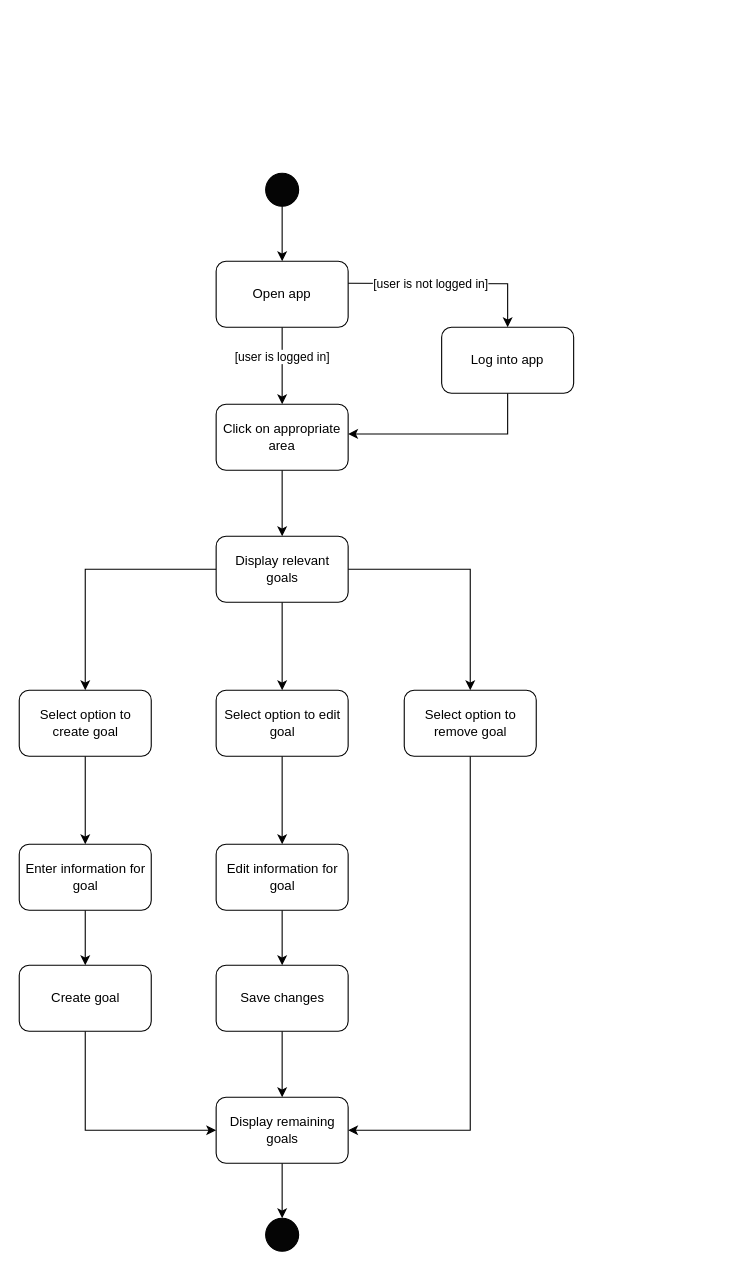
Above: ActivityDiagram_ViewSetGoals.drawio in ahammond3aws/DC2SEN (draw.io), before the change. Source tidied: cells renumbered, new cells numbered last; positions are measured from the earlier drawing's top-left corner, leaving out a move shared by most shapes. Both pictures are drawn from the tidied source at 110%, with x=0, y=0 at pixel (19, 173).
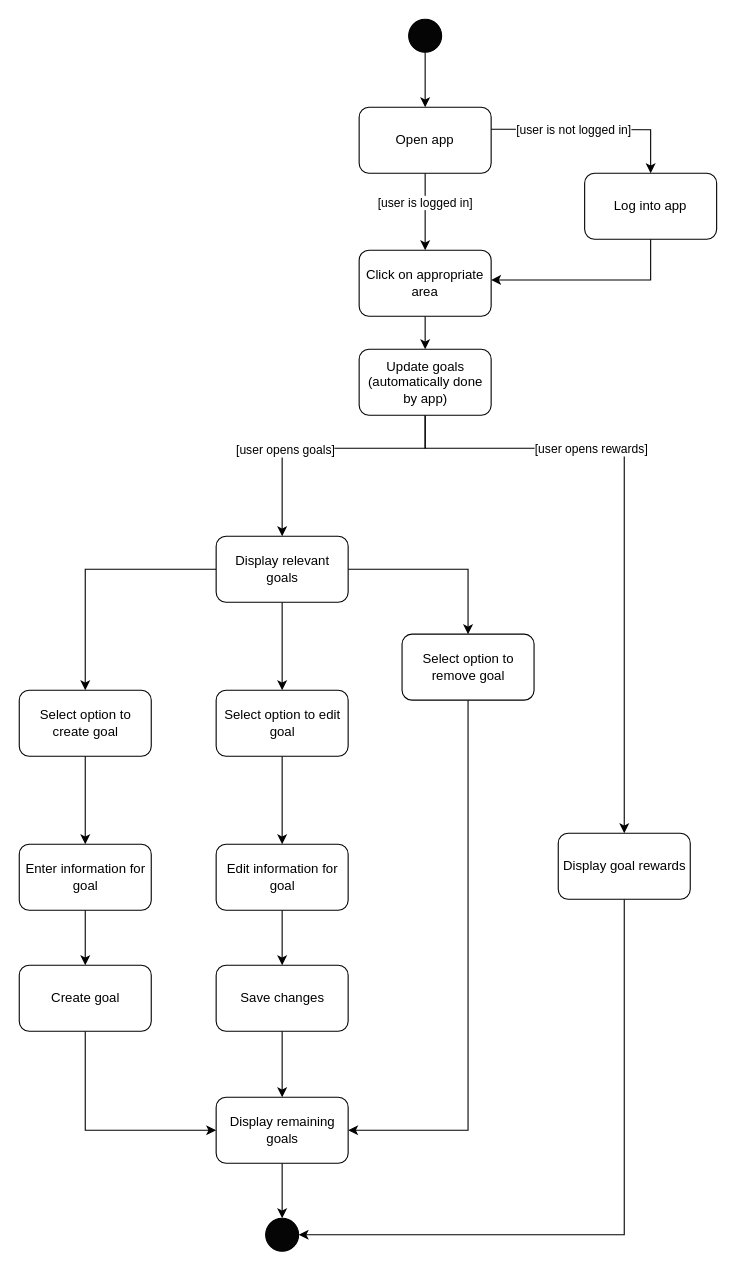
After the change.

The change refers to these unchanged cells:
```xml
<mxCell id="12" value="Display relevant goals" style="rounded=1;whiteSpace=wrap;html=1;fillColor=#FFFFFF;spacingLeft=1;" parent="1" vertex="1">
  <mxGeometry x="179" y="330" width="120" height="60" as="geometry" />
</mxCell>
<mxCell id="13" style="ellipse;whiteSpace=wrap;html=1;direction=east;fillColor=#050505;" parent="1" vertex="1">
  <mxGeometry x="224" y="950" width="30" height="30" as="geometry" />
</mxCell>
<mxCell id="29" value="Display remaining goals" style="rounded=1;whiteSpace=wrap;html=1;fillColor=#FFFFFF;spacingLeft=1;" parent="1" vertex="1">
  <mxGeometry x="179" y="840" width="120" height="60" as="geometry" />
</mxCell>
```

Diff of the diagram source:
```diff
@@
     <mxCell id="3" style="ellipse;whiteSpace=wrap;html=1;direction=east;fillColor=#050505;" parent="1" vertex="1">
-      <mxGeometry x="224" width="30" height="30" as="geometry" />
+      <mxGeometry x="354" y="-140" width="30" height="30" as="geometry" />
     </mxCell>
@@
     <mxCell id="6" value="Open app" style="rounded=1;whiteSpace=wrap;html=1;fillColor=#FFFFFF;" parent="1" vertex="1">
-      <mxGeometry x="179" y="80" width="120" height="60" as="geometry" />
+      <mxGeometry x="309" y="-60" width="120" height="60" as="geometry" />
     </mxCell>
-    <mxCell id="7" style="edgeStyle=orthogonalEdgeStyle;rounded=0;jettySize=auto;html=1;entryX=0.5;entryY=0;entryDx=0;entryDy=0;" parent="1" edge="1" source="8" target="12">
-      <mxGeometry relative="1" as="geometry" />
+    <mxCell id="7" style="edgeStyle=orthogonalEdgeStyle;rounded=0;jettySize=auto;html=1;entryX=0.5;entryY=0;entryDx=0;entryDy=0;exitX=0.5;exitY=1;exitDx=0;exitDy=0;" parent="1" edge="1" source="40" target="12">
+      <mxGeometry relative="1" as="geometry">
+        <Array as="points">
+          <mxPoint x="369" y="250" />
+          <mxPoint x="239" y="250" />
+        </Array>
+      </mxGeometry>
     </mxCell>
+    <mxCell id="34" value="[user opens goals]" style="edgeLabel;html=1;align=center;verticalAlign=middle;" parent="7" vertex="1">
+      <mxGeometry x="0.32" y="1" relative="1" as="geometry" />
+    </mxCell>
+    <mxCell id="35" style="edgeStyle=orthogonalEdgeStyle;rounded=0;jettySize=auto;html=1;exitX=0.5;exitY=1;exitDx=0;exitDy=0;entryX=0.5;entryY=0;entryDx=0;entryDy=0;" parent="1" edge="1" source="40" target="39">
+      <mxGeometry relative="1" as="geometry">
+        <Array as="points">
+          <mxPoint x="369" y="250" />
+          <mxPoint x="550" y="250" />
+          <mxPoint x="550" y="600" />
+        </Array>
+      </mxGeometry>
+    </mxCell>
+    <mxCell id="36" value="[user opens rewards]" style="edgeLabel;html=1;align=center;verticalAlign=middle;" parent="35" vertex="1">
+      <mxGeometry x="-0.43" relative="1" as="geometry">
+        <mxPoint x="20" as="offset" />
+      </mxGeometry>
+    </mxCell>
+    <mxCell id="37" style="edgeStyle=orthogonalEdgeStyle;rounded=0;jettySize=auto;html=1;entryX=0.5;entryY=0;entryDx=0;entryDy=0;" parent="1" edge="1" source="8" target="40">
+      <mxGeometry relative="1" as="geometry" />
+    </mxCell>
     <mxCell id="8" value="Click on appropriate area" style="rounded=1;whiteSpace=wrap;html=1;fillColor=#FFFFFF;" parent="1" vertex="1">
-      <mxGeometry x="179" y="210" width="120" height="60" as="geometry" />
+      <mxGeometry x="309" y="70" width="120" height="60" as="geometry" />
     </mxCell>
@@
     <mxCell id="18" style="edgeStyle=orthogonalEdgeStyle;rounded=0;jettySize=auto;html=1;entryX=1;entryY=0.5;entryDx=0;entryDy=0;" parent="1" edge="1" source="19" target="29">
       <mxGeometry relative="1" as="geometry">
         <Array as="points">
-          <mxPoint x="410" y="870" />
+          <mxPoint x="408" y="870" />
         </Array>
       </mxGeometry>
     </mxCell>
     <mxCell id="19" value="Select option to remove goal" style="rounded=1;whiteSpace=wrap;html=1;fillColor=#FFFFFF;spacingLeft=1;" parent="1" vertex="1">
-      <mxGeometry x="350" y="470" width="120" height="60" as="geometry" />
+      <mxGeometry x="348" y="419" width="120" height="60" as="geometry" />
     </mxCell>
@@
     <mxCell id="30" style="edgeStyle=orthogonalEdgeStyle;rounded=0;jettySize=auto;html=1;entryX=0.5;entryY=0;entryDx=0;entryDy=0;" parent="1" edge="1" target="33">
       <mxGeometry relative="1" as="geometry">
-        <mxPoint x="299" y="100" as="sourcePoint" />
+        <mxPoint x="429" y="-40" as="sourcePoint" />
       </mxGeometry>
     </mxCell>
@@
     <mxCell id="32" style="edgeStyle=orthogonalEdgeStyle;rounded=0;jettySize=auto;html=1;entryX=1;entryY=0.617;entryDx=0;entryDy=0;entryPerimeter=0;" parent="1" edge="1" source="33">
       <mxGeometry relative="1" as="geometry">
-        <mxPoint x="299" y="237" as="targetPoint" />
+        <mxPoint x="429" y="97" as="targetPoint" />
         <Array as="points">
-          <mxPoint x="444" y="237" />
+          <mxPoint x="574" y="97" />
         </Array>
       </mxGeometry>
     </mxCell>
     <mxCell id="33" value="Log into app" style="rounded=1;whiteSpace=wrap;html=1;fillColor=#FFFFFF;" parent="1" vertex="1">
-      <mxGeometry x="384" y="140" width="120" height="60" as="geometry" />
+      <mxGeometry x="514" width="120" height="60" as="geometry" />
     </mxCell>
+    <mxCell id="38" style="edgeStyle=orthogonalEdgeStyle;rounded=0;jettySize=auto;html=1;entryX=1;entryY=0.5;entryDx=0;entryDy=0;" parent="1" edge="1" source="39" target="13">
+      <mxGeometry relative="1" as="geometry">
+        <Array as="points">
+          <mxPoint x="550" y="965" />
+        </Array>
+      </mxGeometry>
+    </mxCell>
+    <mxCell id="39" value="Display goal rewards" style="rounded=1;whiteSpace=wrap;html=1;fillColor=#FFFFFF;spacingLeft=1;" parent="1" vertex="1">
+      <mxGeometry x="490" y="600" width="120" height="60" as="geometry" />
+    </mxCell>
+    <mxCell id="40" value="Update goals (automatically done by app)" style="rounded=1;whiteSpace=wrap;html=1;fillColor=#FFFFFF;spacingLeft=1;" parent="1" vertex="1">
+      <mxGeometry x="309" y="160" width="120" height="60" as="geometry" />
+    </mxCell>
```
